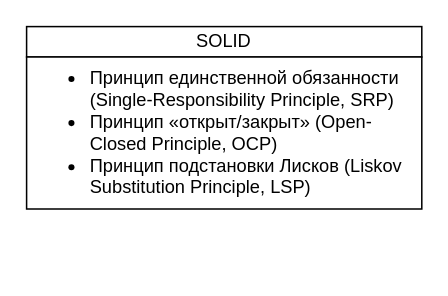
Before: crib.drawio in AndreyN1991/angular-tour-of-heroes, a draw.io diagram. Source tidied: cells renumbered, new cells numbered last; positions are measured from the earlier drawing's top-left corner, leaving out a move shared by most shapes. Both pictures are drawn from the tidied source at 152%, with x=0, y=0 at pixel (26, 26).
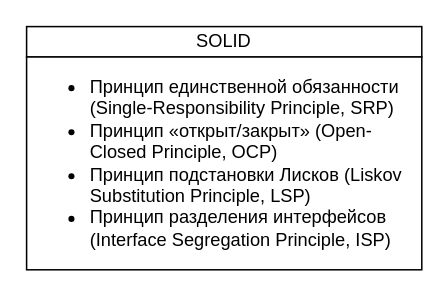
The same diagram, later.

The edit, as a diff of the source:
```diff
@@
 <mxGraphModel>
   <root>
     <mxCell id="0" />
     <mxCell id="1" parent="0" />
     <mxCell id="2" value="SOLID" style="rounded=0;whiteSpace=wrap;html=1;" parent="1" vertex="1">
       <mxGeometry width="260" height="20" as="geometry" />
     </mxCell>
-    <mxCell id="3" value="&lt;ul&gt;&lt;li&gt;Принцип единственной обязанности (Single-Responsibility Principle, SRP)&lt;br&gt;&lt;/li&gt;&lt;li&gt;Принцип «открыт/закрыт» (Open-Closed Principle, OCP)&lt;br&gt;&lt;/li&gt;&lt;li&gt;Принцип подстановки Лисков (Liskov Substitution Principle, LSP)&lt;br&gt;&lt;/li&gt;&lt;/ul&gt;" style="rounded=0;whiteSpace=wrap;html=1;align=left;" parent="1" vertex="1">
-      <mxGeometry y="20" width="260" height="100" as="geometry" />
+    <mxCell id="3" value="&lt;ul&gt;&lt;li&gt;Принцип единственной обязанности (Single-Responsibility Principle, SRP)&lt;br&gt;&lt;/li&gt;&lt;li&gt;Принцип «открыт/закрыт» (Open-Closed Principle, OCP)&lt;br&gt;&lt;/li&gt;&lt;li&gt;Принцип подстановки Лисков (Liskov Substitution Principle, LSP)&lt;br&gt;&lt;/li&gt;&lt;li&gt;Принцип разделения интерфейсов (Interface Segregation Principle, ISP)&lt;br&gt;&lt;/li&gt;&lt;/ul&gt;" style="rounded=0;whiteSpace=wrap;html=1;align=left;" parent="1" vertex="1">
+      <mxGeometry y="20" width="260" height="140" as="geometry" />
     </mxCell>
   </root>
 </mxGraphModel>
```
